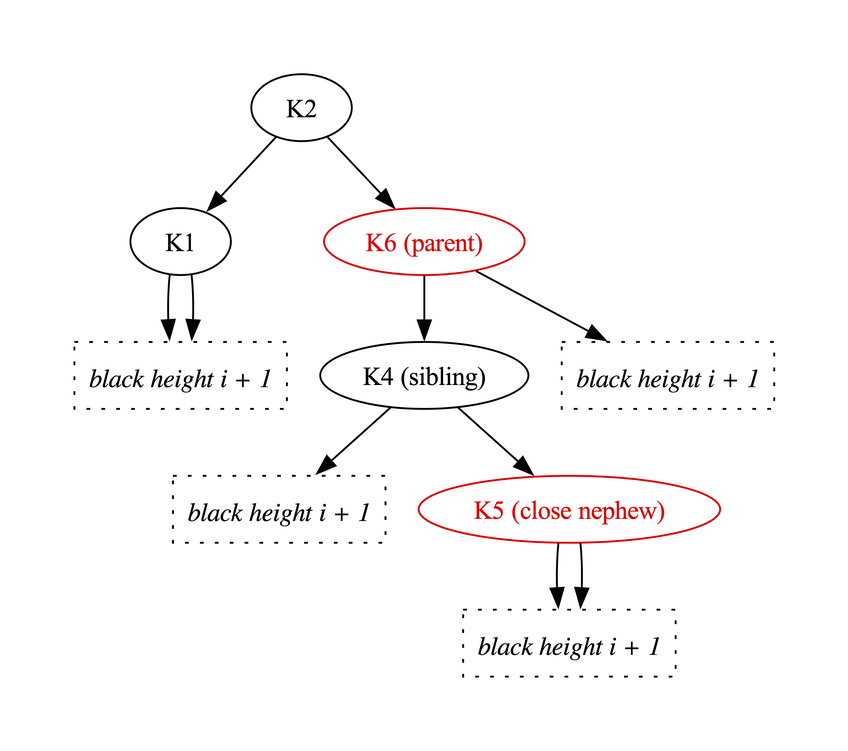
Above: Fw/DataStructures/docs/diagrams/removeBlackLeafNode/red-sibling-4.png in nasa/fprime (Graphviz), before the change. Its source is kept beside it as Fw/DataStructures/docs/diagrams/removeBlackLeafNode/red-sibling-4.dot.
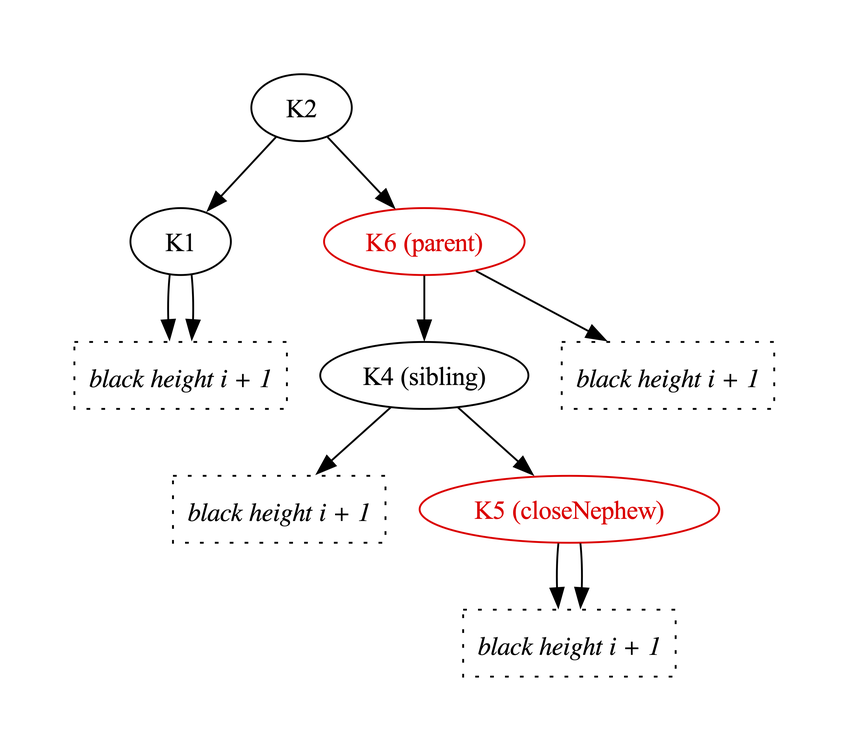
Later version of the same file.

The edit, as a diff of the source:
```diff
@@ -17,7 +17,7 @@
   K1 [label="K1"]
   K2 [label="K2"]
   K4 [label="K4 (sibling)"]
-  K5 [label="K5 (close nephew)",color="red",fontcolor="red"]
+  K5 [label="K5 (closeNephew)",color="red",fontcolor="red"]
   K6 [label="K6 (parent)",color="red",fontcolor="red"]
 
   BH1 [shape="box",label="black height i + 1",style="dotted",fontname="Italic"]
```
